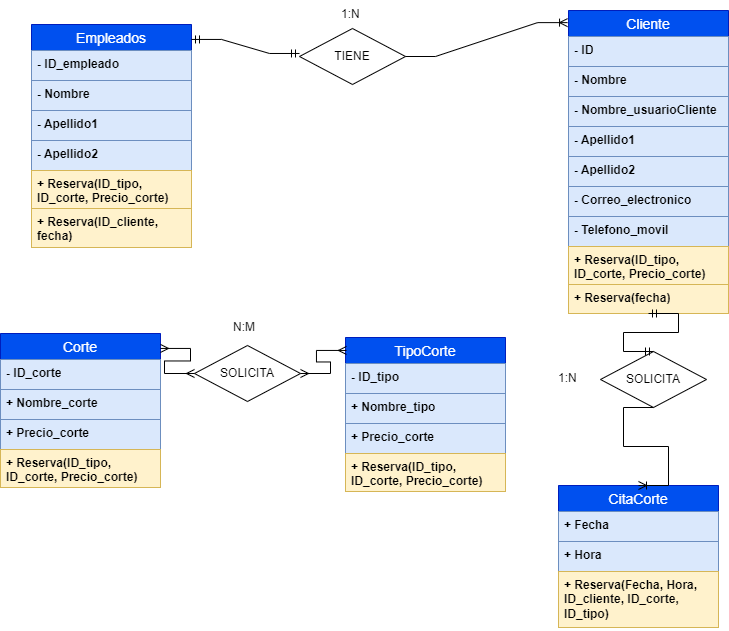
Before: doc/diagrama_clases/DrawIO/DiagramaClases.png, a diagram exported from draw.io (Jorgeev27/Servicio-Peluqueria). Source tidied: cells renumbered, new cells last; positions are measured from the earlier drawing's top-left corner, leaving out a move shared by most shapes.
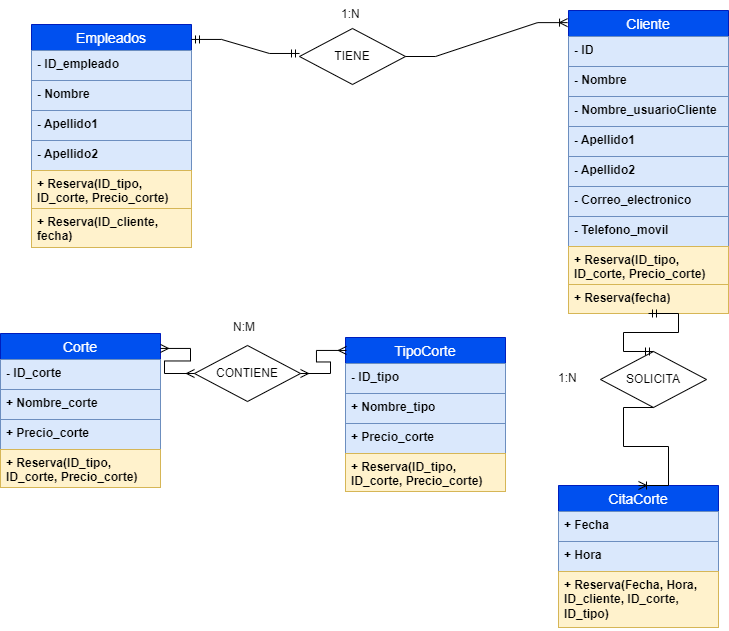
The same diagram one commit later.

Diff of the diagram source:
```diff
@@ -125,7 +125,7 @@
     <mxCell id="42" value="1:N" style="text;strokeColor=none;fillColor=none;spacingLeft=4;spacingRight=4;overflow=hidden;fontSize=12;whiteSpace=wrap;html=1;" parent="1" vertex="1">
       <mxGeometry x="552" y="364" width="40" height="30" as="geometry" />
     </mxCell>
-    <mxCell id="43" value="SOLICITA" style="rhombus;whiteSpace=wrap;html=1;" parent="1" vertex="1">
+    <mxCell id="43" value="CONTIENE" style="rhombus;whiteSpace=wrap;html=1;" parent="1" vertex="1">
       <mxGeometry x="194" y="345" width="106" height="56" as="geometry" />
     </mxCell>
     <mxCell id="44" value="N:M" style="text;strokeColor=none;fillColor=none;spacingLeft=4;spacingRight=4;overflow=hidden;fontSize=12;whiteSpace=wrap;html=1;" parent="1" vertex="1">
```
